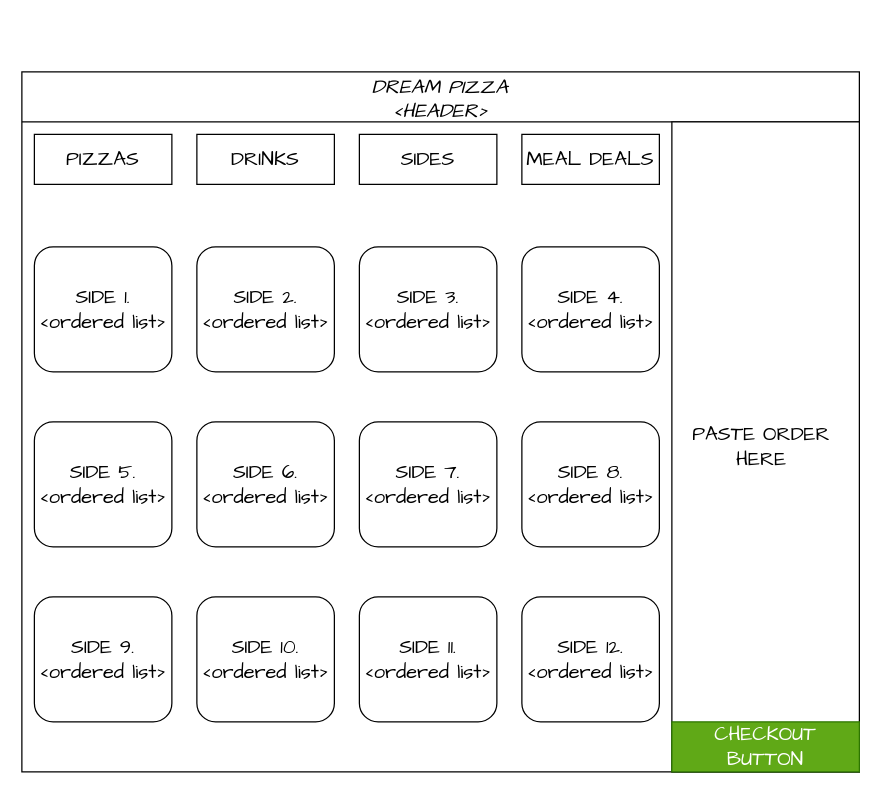
This is page "SIDES SLIDE" (4 of 5) of Pizza_GUI.drawio from ASDAH-Digtal/pizza-program-Maori-boi, a draw.io file, before an edit. Source tidied: cells renumbered, new cells numbered last; positions are measured from the earlier drawing's top-left corner, leaving out a move shared by most shapes. Both pictures are drawn from the tidied source at 125%, with x=0, y=0 at pixel (21, 71).
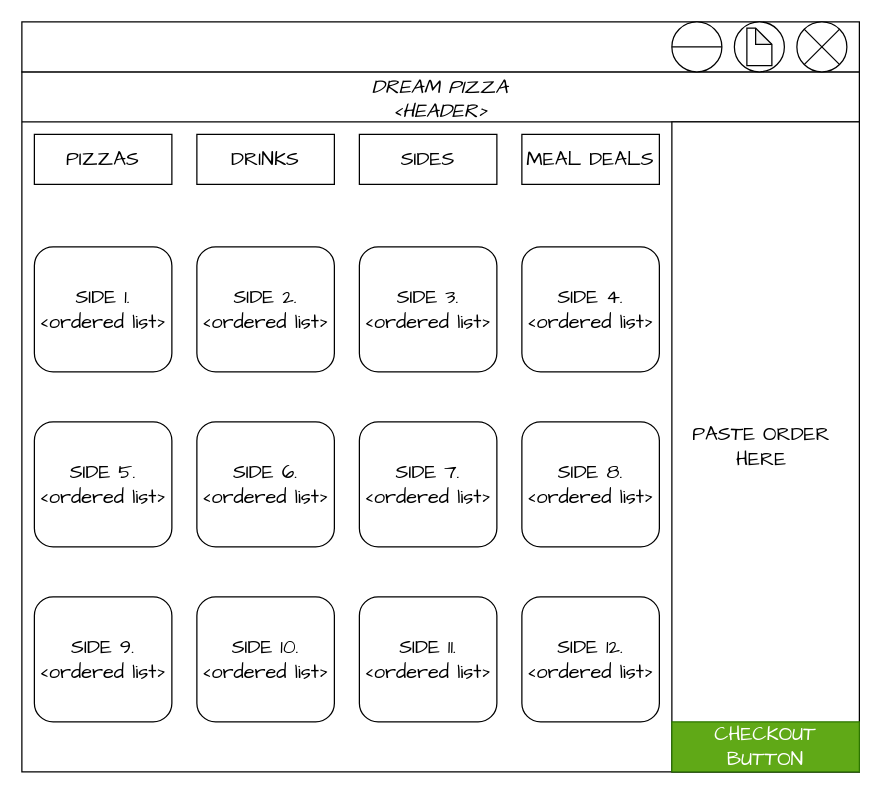
After the change.

Diff of the diagram source:
```diff
@@
+    <mxCell id="21" style="rounded=0;whiteSpace=wrap;html=1;" parent="1" vertex="1">
+      <mxGeometry y="-40" width="670" height="40" as="geometry" />
+    </mxCell>
+    <mxCell id="22" style="ellipse;whiteSpace=wrap;html=1;" parent="1" vertex="1">
+      <mxGeometry x="570" y="-40" width="40" height="40" as="geometry" />
+    </mxCell>
+    <mxCell id="23" style="shape=sumEllipse;perimeter=ellipsePerimeter;whiteSpace=wrap;html=1;backgroundOutline=1;" parent="1" vertex="1">
+      <mxGeometry x="620" y="-40" width="40" height="40" as="geometry" />
+    </mxCell>
+    <mxCell id="24" style="shape=lineEllipse;perimeter=ellipsePerimeter;whiteSpace=wrap;html=1;backgroundOutline=1;" parent="1" vertex="1">
+      <mxGeometry x="520" y="-40" width="40" height="40" as="geometry" />
+    </mxCell>
+    <mxCell id="25" style="shape=note;whiteSpace=wrap;html=1;backgroundOutline=1;darkOpacity=0.05;size=13;" parent="1" vertex="1">
+      <mxGeometry x="580" y="-35" width="20" height="30" as="geometry" />
+    </mxCell>
```
